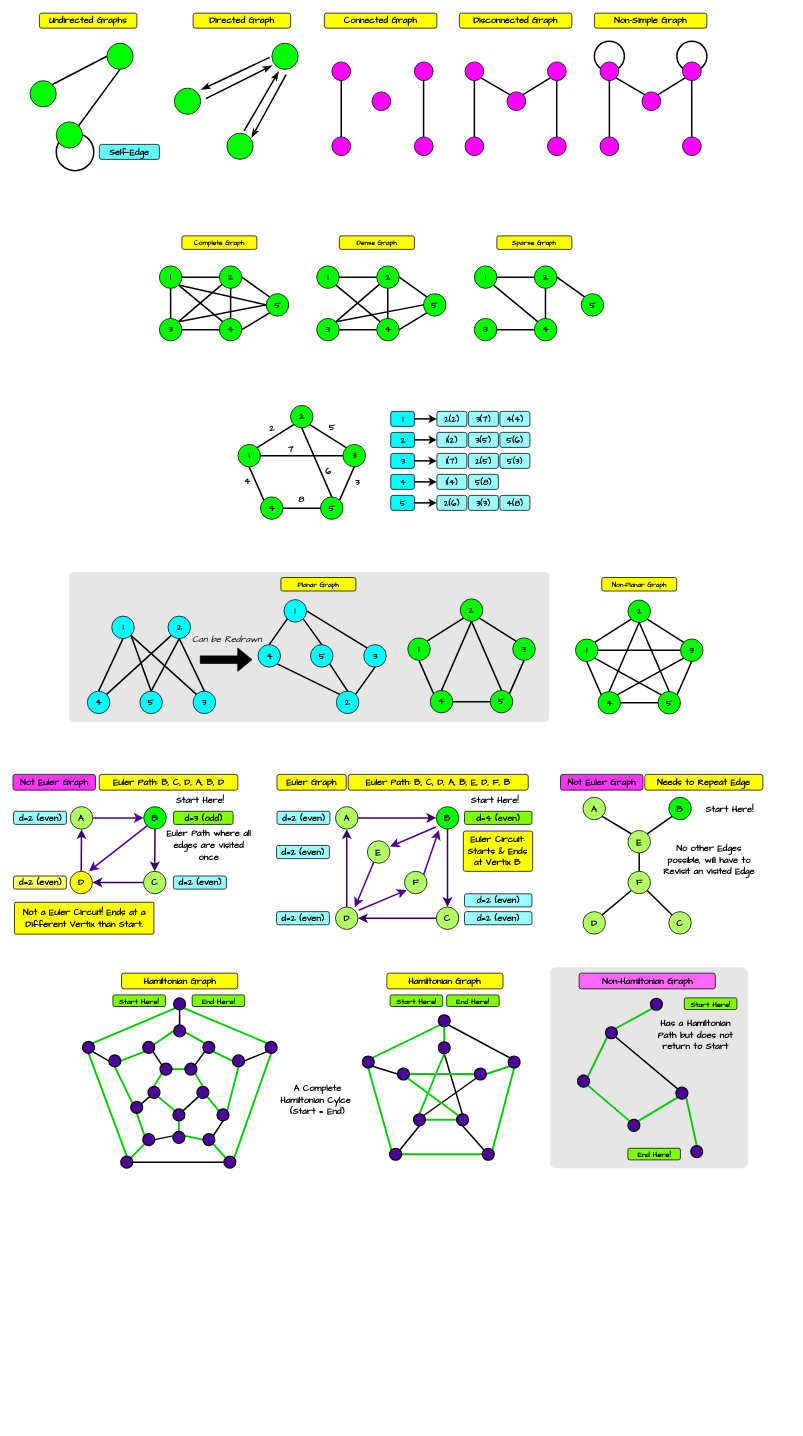
ByteToBits/CompScience keeps this draw.io diagram as Computer Science/Foundations of Computing/Module 01 Graphs and Trees/resources/Drawings.drawio. Above is the earlier version. Source tidied: cells renumbered, new cells numbered last; positions are measured from the earlier drawing's top-left corner, leaving out a move shared by most shapes. Both pictures are drawn from the tidied source at 75%, with x=0, y=0 at pixel (13, 13).
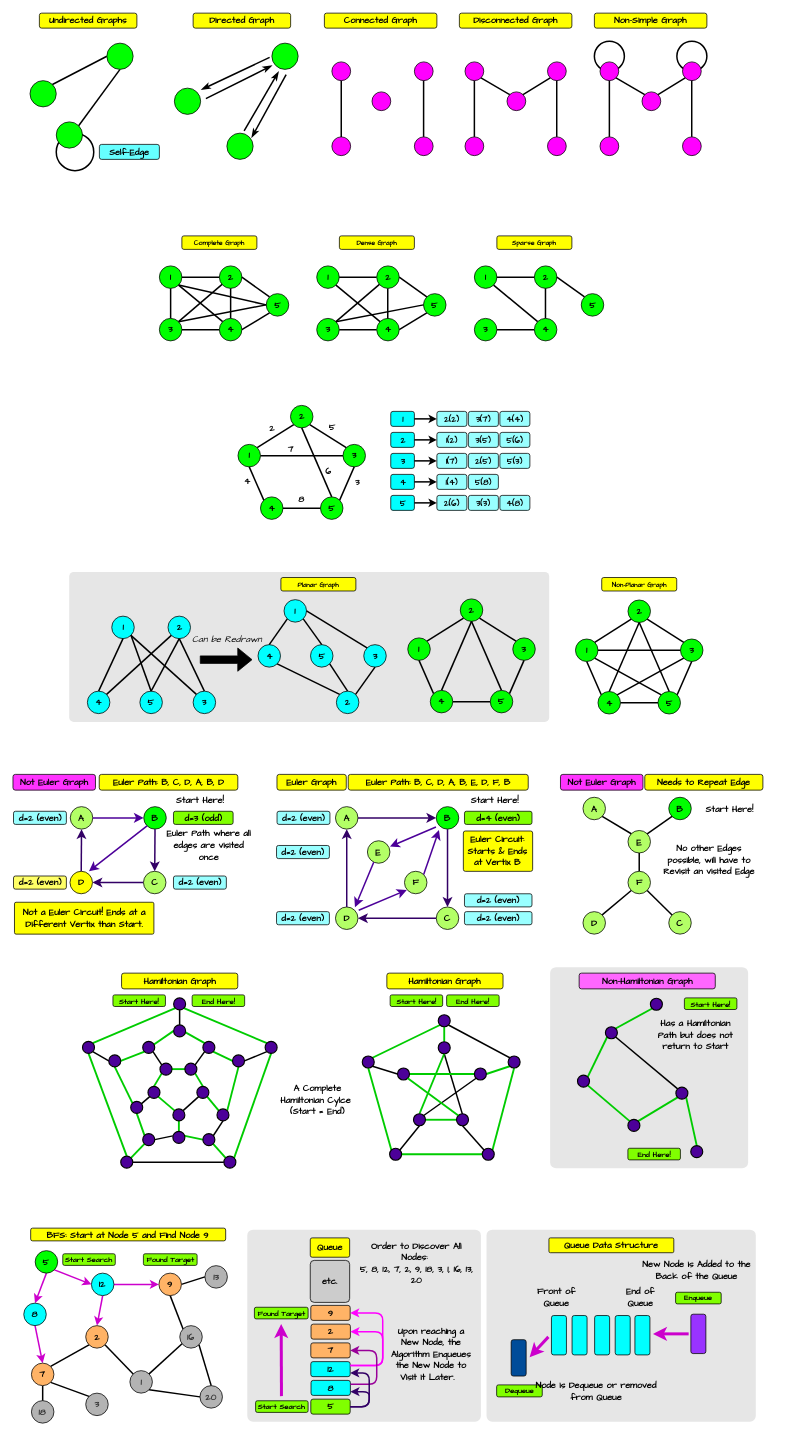
The same page after the edit.

Diff of the diagram source:
```diff
@@
+    <mxCell id="349" style="rounded=1;whiteSpace=wrap;html=1;fillColor=#E6E6E6;strokeColor=none;fontColor=#000000;arcSize=3;" parent="1" vertex="1">
+      <mxGeometry x="631.2" y="1622" width="359" height="256" as="geometry" />
+    </mxCell>
+    <mxCell id="350" style="rounded=1;whiteSpace=wrap;html=1;fillColor=#E6E6E6;strokeColor=none;fontColor=#000000;arcSize=3;" parent="1" vertex="1">
+      <mxGeometry x="312.2" y="1622" width="311.5" height="256" as="geometry" />
+    </mxCell>
@@
+    <mxCell id="351" value="&lt;font face=&quot;Comic Sans MS&quot;&gt;&lt;b&gt;13&lt;/b&gt;&lt;/font&gt;" style="ellipse;whiteSpace=wrap;html=1;fillColor=#B3B3B3;strokeColor=#000000;fontColor=#333333;" parent="1" vertex="1">
+      <mxGeometry x="255.7" y="1670" width="30" height="30" as="geometry" />
+    </mxCell>
+    <mxCell id="352" value="&lt;font face=&quot;Comic Sans MS&quot;&gt;&lt;b&gt;1&lt;/b&gt;&lt;/font&gt;" style="ellipse;whiteSpace=wrap;html=1;fillColor=#B3B3B3;strokeColor=#000000;fontColor=#333333;" parent="1" vertex="1">
+      <mxGeometry x="155.7" y="1810" width="30" height="30" as="geometry" />
+    </mxCell>
+    <mxCell id="353" value="&lt;font face=&quot;Comic Sans MS&quot;&gt;&lt;b&gt;18&lt;/b&gt;&lt;/font&gt;" style="ellipse;whiteSpace=wrap;html=1;fillColor=#B3B3B3;strokeColor=#000000;fontColor=#333333;" parent="1" vertex="1">
+      <mxGeometry x="24.4" y="1850" width="30" height="30" as="geometry" />
+    </mxCell>
+    <mxCell id="354" style="endArrow=none;html=1;rounded=0;entryX=0;entryY=0.5;entryDx=0;entryDy=0;strokeColor=#000000;strokeWidth=2;exitX=1;exitY=0.5;exitDx=0;exitDy=0;" parent="1" edge="1" source="372" target="351">
+      <mxGeometry relative="1" as="geometry" />
+    </mxCell>
+    <mxCell id="355" style="endArrow=none;html=1;rounded=0;entryX=0;entryY=0;entryDx=0;entryDy=0;strokeColor=#000000;strokeWidth=2;exitX=0.5;exitY=1;exitDx=0;exitDy=0;" parent="1" edge="1" source="372" target="358">
+      <mxGeometry relative="1" as="geometry" />
+    </mxCell>
+    <mxCell id="356" style="endArrow=none;html=1;rounded=0;strokeColor=#000000;strokeWidth=2;exitX=0.15;exitY=0.762;exitDx=0;exitDy=0;exitPerimeter=0;entryX=1;entryY=0;entryDx=0;entryDy=0;" parent="1" edge="1" source="358" target="352">
+      <mxGeometry relative="1" as="geometry" />
+    </mxCell>
+    <mxCell id="357" style="endArrow=none;html=1;rounded=0;strokeColor=#000000;strokeWidth=2;exitX=0;exitY=0;exitDx=0;exitDy=0;entryX=1;entryY=1;entryDx=0;entryDy=0;" parent="1" edge="1" source="352" target="371">
+      <mxGeometry relative="1" as="geometry" />
+    </mxCell>
+    <mxCell id="358" value="&lt;font face=&quot;Comic Sans MS&quot;&gt;&lt;b&gt;16&lt;/b&gt;&lt;/font&gt;" style="ellipse;whiteSpace=wrap;html=1;fillColor=#B3B3B3;strokeColor=#000000;fontColor=#333333;" parent="1" vertex="1">
+      <mxGeometry x="222.2" y="1750" width="30" height="30" as="geometry" />
+    </mxCell>
+    <mxCell id="359" style="endArrow=none;html=1;rounded=0;strokeColor=#CC00CC;strokeWidth=2;exitX=0.5;exitY=0;exitDx=0;exitDy=0;entryX=0.5;entryY=1;entryDx=0;entryDy=0;startArrow=classic;startFill=1;" parent="1" edge="1" source="371" target="369">
+      <mxGeometry relative="1" as="geometry" />
+    </mxCell>
+    <mxCell id="360" style="endArrow=none;html=1;rounded=0;strokeColor=#CC00CC;strokeWidth=2;exitX=0;exitY=0.5;exitDx=0;exitDy=0;entryX=1;entryY=0.5;entryDx=0;entryDy=0;startArrow=classic;startFill=1;" parent="1" edge="1" source="372" target="369">
+      <mxGeometry relative="1" as="geometry" />
+    </mxCell>
+    <mxCell id="361" style="endArrow=none;html=1;rounded=0;strokeColor=#CC00CC;strokeWidth=2;exitX=0;exitY=0.5;exitDx=0;exitDy=0;entryX=1;entryY=1;entryDx=0;entryDy=0;startArrow=classic;startFill=1;" parent="1" edge="1" source="369" target="363">
+      <mxGeometry relative="1" as="geometry" />
+    </mxCell>
+    <mxCell id="362" style="endArrow=none;html=1;rounded=0;strokeColor=#CC00CC;strokeWidth=2;exitX=0.5;exitY=0;exitDx=0;exitDy=0;entryX=0.5;entryY=1;entryDx=0;entryDy=0;startArrow=classic;startFill=1;" parent="1" edge="1" source="370" target="363">
+      <mxGeometry relative="1" as="geometry" />
+    </mxCell>
+    <mxCell id="363" value="&lt;b style=&quot;color: rgb(0, 0, 0); font-family: &amp;quot;Comic Sans MS&amp;quot;;&quot;&gt;5&lt;/b&gt;" style="ellipse;whiteSpace=wrap;html=1;fillColor=#00FF00;strokeColor=#000000;" parent="1" vertex="1">
+      <mxGeometry x="29.4" y="1650" width="30" height="30" as="geometry" />
+    </mxCell>
+    <mxCell id="364" style="endArrow=none;html=1;rounded=0;strokeColor=#CC00CC;strokeWidth=2;entryX=0.5;entryY=1;entryDx=0;entryDy=0;exitX=0.5;exitY=0;exitDx=0;exitDy=0;startArrow=classic;startFill=1;" parent="1" edge="1" source="373" target="370">
+      <mxGeometry relative="1" as="geometry" />
+    </mxCell>
+    <mxCell id="365" style="endArrow=none;html=1;rounded=0;strokeColor=#000000;strokeWidth=2;entryX=0.5;entryY=1;entryDx=0;entryDy=0;exitX=0.5;exitY=0;exitDx=0;exitDy=0;" parent="1" edge="1" source="353" target="373">
+      <mxGeometry relative="1" as="geometry" />
+    </mxCell>
+    <mxCell id="366" style="endArrow=none;html=1;rounded=0;strokeColor=#000000;strokeWidth=2;entryX=0;entryY=1;entryDx=0;entryDy=0;exitX=1;exitY=0;exitDx=0;exitDy=0;" parent="1" edge="1" source="373" target="371">
+      <mxGeometry relative="1" as="geometry" />
+    </mxCell>
+    <mxCell id="367" value="&lt;font face=&quot;Comic Sans MS&quot;&gt;&lt;b&gt;3&lt;/b&gt;&lt;/font&gt;" style="ellipse;whiteSpace=wrap;html=1;fillColor=#B3B3B3;strokeColor=#000000;fontColor=#333333;" parent="1" vertex="1">
+      <mxGeometry x="96.8" y="1840" width="30" height="30" as="geometry" />
+    </mxCell>
+    <mxCell id="368" style="endArrow=none;html=1;rounded=0;strokeColor=#000000;strokeWidth=2;entryX=1;entryY=1;entryDx=0;entryDy=0;exitX=0;exitY=0;exitDx=0;exitDy=0;" parent="1" edge="1" source="367" target="373">
+      <mxGeometry relative="1" as="geometry" />
+    </mxCell>
+    <mxCell id="369" value="&lt;b style=&quot;color: rgb(0, 0, 0); font-family: &amp;quot;Comic Sans MS&amp;quot;;&quot;&gt;12&lt;/b&gt;" style="ellipse;whiteSpace=wrap;html=1;fillColor=#00FFFF;strokeColor=#000000;" parent="1" vertex="1">
+      <mxGeometry x="104.4" y="1680" width="30" height="30" as="geometry" />
+    </mxCell>
+    <mxCell id="370" value="&lt;b style=&quot;color: rgb(0, 0, 0); font-family: &amp;quot;Comic Sans MS&amp;quot;;&quot;&gt;8&lt;/b&gt;" style="ellipse;whiteSpace=wrap;html=1;fillColor=#00FFFF;strokeColor=#000000;" parent="1" vertex="1">
+      <mxGeometry x="14.2" y="1720" width="30" height="30" as="geometry" />
+    </mxCell>
+    <mxCell id="371" value="&lt;b style=&quot;color: rgb(0, 0, 0); font-family: &amp;quot;Comic Sans MS&amp;quot;;&quot;&gt;2&lt;/b&gt;" style="ellipse;whiteSpace=wrap;html=1;fillColor=#FFB366;strokeColor=#000000;" parent="1" vertex="1">
+      <mxGeometry x="96.8" y="1750" width="30" height="30" as="geometry" />
+    </mxCell>
+    <mxCell id="372" value="&lt;font face=&quot;Comic Sans MS&quot;&gt;&lt;b&gt;9&lt;/b&gt;&lt;/font&gt;" style="ellipse;whiteSpace=wrap;html=1;fillColor=#FFB366;strokeColor=#000000;" parent="1" vertex="1">
+      <mxGeometry x="194.4" y="1680" width="30" height="30" as="geometry" />
+    </mxCell>
+    <mxCell id="373" value="&lt;font face=&quot;Comic Sans MS&quot;&gt;&lt;b&gt;7&lt;/b&gt;&lt;/font&gt;" style="ellipse;whiteSpace=wrap;html=1;fillColor=#FFB366;strokeColor=#000000;" parent="1" vertex="1">
+      <mxGeometry x="24.4" y="1800" width="30" height="30" as="geometry" />
+    </mxCell>
+    <mxCell id="374" value="&lt;font style=&quot;font-size: 10px;&quot; face=&quot;Comic Sans MS&quot;&gt;&lt;b style=&quot;&quot;&gt;Start Search&lt;/b&gt;&lt;/font&gt;" style="rounded=1;whiteSpace=wrap;html=1;fillColor=#80FF00;strokeColor=#000000;fontColor=#000000;" parent="1" vertex="1">
+      <mxGeometry x="66.2" y="1654.2" width="70" height="15.5" as="geometry" />
+    </mxCell>
+    <mxCell id="375" value="&lt;font style=&quot;font-size: 10px;&quot; face=&quot;Comic Sans MS&quot;&gt;&lt;b style=&quot;&quot;&gt;Found Target&lt;/b&gt;&lt;/font&gt;" style="rounded=1;whiteSpace=wrap;html=1;fillColor=#80FF00;strokeColor=#000000;fontColor=#000000;" parent="1" vertex="1">
+      <mxGeometry x="173.7" y="1654.2" width="71.6" height="15.5" as="geometry" />
+    </mxCell>
+    <mxCell id="376" value="&lt;font face=&quot;Comic Sans MS&quot;&gt;&lt;b style=&quot;&quot;&gt;BFS: Start at Node 5 and Find Node 9&lt;/b&gt;&lt;/font&gt;" style="rounded=1;whiteSpace=wrap;html=1;fillColor=#FFFF00;strokeColor=#000000;fontColor=#000000;" parent="1" vertex="1">
+      <mxGeometry x="23.4" y="1620" width="260" height="17" as="geometry" />
+    </mxCell>
+    <mxCell id="377" value="&lt;font face=&quot;Comic Sans MS&quot;&gt;&lt;b&gt;20&lt;/b&gt;&lt;/font&gt;" style="ellipse;whiteSpace=wrap;html=1;fillColor=#B3B3B3;strokeColor=#000000;fontColor=#333333;" parent="1" vertex="1">
+      <mxGeometry x="249.1" y="1830" width="30" height="30" as="geometry" />
+    </mxCell>
+    <mxCell id="378" style="endArrow=none;html=1;rounded=0;strokeColor=#000000;strokeWidth=2;exitX=1;exitY=1;exitDx=0;exitDy=0;entryX=0.5;entryY=0;entryDx=0;entryDy=0;" parent="1" edge="1" source="358" target="377">
+      <mxGeometry relative="1" as="geometry" />
+    </mxCell>
+    <mxCell id="379" style="endArrow=none;html=1;rounded=0;strokeColor=#000000;strokeWidth=2;exitX=1;exitY=1;exitDx=0;exitDy=0;entryX=0;entryY=0.5;entryDx=0;entryDy=0;" parent="1" edge="1" source="352" target="377">
+      <mxGeometry relative="1" as="geometry" />
+    </mxCell>
+    <mxCell id="380" value="&lt;font face=&quot;Comic Sans MS&quot;&gt;&lt;b&gt;5&lt;/b&gt;&lt;/font&gt;" style="rounded=1;whiteSpace=wrap;html=1;fillColor=#80FF00;strokeColor=#000000;fontColor=#000000;" parent="1" vertex="1">
+      <mxGeometry x="396.9" y="1848" width="52.5" height="20" as="geometry" />
+    </mxCell>
+    <mxCell id="381" value="&lt;font face=&quot;Comic Sans MS&quot;&gt;&lt;b&gt;8&lt;/b&gt;&lt;/font&gt;" style="rounded=1;whiteSpace=wrap;html=1;fillColor=#00FFFF;strokeColor=#000000;fontColor=#000000;" parent="1" vertex="1">
+      <mxGeometry x="397.2" y="1823" width="52.5" height="20" as="geometry" />
+    </mxCell>
+    <mxCell id="382" value="&lt;font face=&quot;Comic Sans MS&quot;&gt;&lt;b&gt;12&lt;/b&gt;&lt;/font&gt;" style="rounded=1;whiteSpace=wrap;html=1;fillColor=#00FFFF;strokeColor=#000000;fontColor=#000000;" parent="1" vertex="1">
+      <mxGeometry x="396.9" y="1798" width="52.5" height="20" as="geometry" />
+    </mxCell>
+    <mxCell id="383" value="&lt;font face=&quot;Comic Sans MS&quot;&gt;&lt;b&gt;7&lt;/b&gt;&lt;/font&gt;" style="rounded=1;whiteSpace=wrap;html=1;fillColor=#FFB366;strokeColor=#000000;fontColor=#000000;" parent="1" vertex="1">
+      <mxGeometry x="396.9" y="1773" width="52.5" height="20" as="geometry" />
+    </mxCell>
+    <mxCell id="384" value="&lt;font face=&quot;Comic Sans MS&quot;&gt;&lt;b&gt;2&lt;/b&gt;&lt;/font&gt;" style="rounded=1;whiteSpace=wrap;html=1;fillColor=#FFB366;strokeColor=#000000;fontColor=#000000;" parent="1" vertex="1">
+      <mxGeometry x="397.2" y="1748" width="52.5" height="20" as="geometry" />
+    </mxCell>
+    <mxCell id="385" value="&lt;font face=&quot;Comic Sans MS&quot;&gt;&lt;b&gt;9&lt;/b&gt;&lt;/font&gt;" style="rounded=1;whiteSpace=wrap;html=1;fillColor=#FFB366;strokeColor=#000000;fontColor=#000000;" parent="1" vertex="1">
+      <mxGeometry x="396.9" y="1723" width="52.5" height="20" as="geometry" />
+    </mxCell>
+    <mxCell id="386" value="&lt;font face=&quot;Comic Sans MS&quot;&gt;&lt;b&gt;etc.&lt;/b&gt;&lt;/font&gt;" style="rounded=1;whiteSpace=wrap;html=1;fillColor=#CCCCCC;strokeColor=#000000;fontColor=#000000;arcSize=10;" parent="1" vertex="1">
+      <mxGeometry x="396.2" y="1663" width="52.5" height="56" as="geometry" />
+    </mxCell>
+    <mxCell id="387" value="&lt;font face=&quot;Comic Sans MS&quot;&gt;&lt;b&gt;Queue&lt;/b&gt;&lt;/font&gt;" style="rounded=1;whiteSpace=wrap;html=1;fillColor=#FFFF00;strokeColor=#000000;fontColor=#000000;arcSize=10;" parent="1" vertex="1">
+      <mxGeometry x="396.2" y="1633" width="52.5" height="25.8" as="geometry" />
+    </mxCell>
+    <mxCell id="388" style="endArrow=none;html=1;rounded=0;strokeColor=#CC00CC;strokeWidth=4;startArrow=classic;startFill=1;" parent="1" edge="1">
+      <mxGeometry relative="1" as="geometry">
+        <mxPoint x="357.4" y="1748" as="sourcePoint" />
+        <mxPoint x="357.8" y="1844" as="targetPoint" />
+      </mxGeometry>
+    </mxCell>
+    <mxCell id="389" value="&lt;font style=&quot;font-size: 10px;&quot; face=&quot;Comic Sans MS&quot;&gt;&lt;b style=&quot;&quot;&gt;Start Search&lt;/b&gt;&lt;/font&gt;" style="rounded=1;whiteSpace=wrap;html=1;fillColor=#80FF00;strokeColor=#000000;fontColor=#000000;" parent="1" vertex="1">
+      <mxGeometry x="323.3" y="1850.2" width="70" height="15.5" as="geometry" />
+    </mxCell>
+    <mxCell id="390" value="&lt;font style=&quot;font-size: 10px;&quot; face=&quot;Comic Sans MS&quot;&gt;&lt;b style=&quot;&quot;&gt;Found Target&lt;/b&gt;&lt;/font&gt;" style="rounded=1;whiteSpace=wrap;html=1;fillColor=#80FF00;strokeColor=#000000;fontColor=#000000;" parent="1" vertex="1">
+      <mxGeometry x="321.7" y="1725.5" width="71.6" height="15.5" as="geometry" />
+    </mxCell>
+    <mxCell id="391" style="edgeStyle=orthogonalEdgeStyle;rounded=1;jettySize=auto;html=1;exitX=1;exitY=0.25;exitDx=0;exitDy=0;entryX=1;entryY=0.5;entryDx=0;entryDy=0;curved=0;strokeWidth=2;strokeColor=#FF00FF;" parent="1" edge="1" source="382" target="384">
+      <mxGeometry relative="1" as="geometry">
+        <Array as="points">
+          <mxPoint x="492.8" y="1803" />
+          <mxPoint x="492.8" y="1758" />
+        </Array>
+      </mxGeometry>
+    </mxCell>
+    <mxCell id="392" style="edgeStyle=orthogonalEdgeStyle;rounded=1;jettySize=auto;html=1;exitX=1;exitY=0.25;exitDx=0;exitDy=0;entryX=1;entryY=0.5;entryDx=0;entryDy=0;curved=0;strokeWidth=2;strokeColor=#FF00FF;" parent="1" edge="1" source="382" target="385">
+      <mxGeometry relative="1" as="geometry">
+        <Array as="points">
+          <mxPoint x="492.8" y="1803" />
+          <mxPoint x="492.8" y="1733" />
+        </Array>
+      </mxGeometry>
+    </mxCell>
+    <mxCell id="393" style="edgeStyle=orthogonalEdgeStyle;rounded=1;jettySize=auto;html=1;exitX=1;exitY=0.25;exitDx=0;exitDy=0;entryX=1;entryY=0.5;entryDx=0;entryDy=0;curved=0;strokeWidth=2;strokeColor=#990099;" parent="1" edge="1" source="381" target="383">
+      <mxGeometry relative="1" as="geometry">
+        <Array as="points">
+          <mxPoint x="484.8" y="1828" />
+          <mxPoint x="484.8" y="1783" />
+        </Array>
+      </mxGeometry>
+    </mxCell>
+    <mxCell id="394" style="edgeStyle=orthogonalEdgeStyle;rounded=1;jettySize=auto;html=1;exitX=1;exitY=0.5;exitDx=0;exitDy=0;entryX=1;entryY=0.75;entryDx=0;entryDy=0;curved=0;strokeWidth=2;strokeColor=#330066;" parent="1" edge="1" source="380" target="382">
+      <mxGeometry relative="1" as="geometry">
+        <Array as="points">
+          <mxPoint x="474.8" y="1858" />
+          <mxPoint x="474.8" y="1813" />
+        </Array>
+      </mxGeometry>
+    </mxCell>
+    <mxCell id="395" style="edgeStyle=orthogonalEdgeStyle;rounded=1;jettySize=auto;html=1;exitX=1;exitY=0.5;exitDx=0;exitDy=0;entryX=1;entryY=0.75;entryDx=0;entryDy=0;curved=0;strokeWidth=2;strokeColor=#330066;" parent="1" edge="1" source="380" target="381">
+      <mxGeometry relative="1" as="geometry">
+        <Array as="points">
+          <mxPoint x="474.8" y="1858" />
+          <mxPoint x="474.8" y="1838" />
+        </Array>
+      </mxGeometry>
+    </mxCell>
+    <mxCell id="396" value="&lt;font face=&quot;Comic Sans MS&quot;&gt;&lt;b&gt;Upon reaching a New Node, the Algorithm Enqueues the New Node to Visit it Later.&amp;nbsp;&amp;nbsp;&lt;/b&gt;&lt;/font&gt;" style="rounded=1;whiteSpace=wrap;html=1;fillColor=none;strokeColor=none;fontColor=#000000;" parent="1" vertex="1">
+      <mxGeometry x="498" y="1719.5" width="118.8" height="136.5" as="geometry" />
+    </mxCell>
+    <mxCell id="397" style="rounded=1;whiteSpace=wrap;html=1;fillColor=#00FFFF;strokeColor=#000000;fontColor=#000000;rotation=90;" parent="1" vertex="1">
+      <mxGeometry x="701.5" y="1752.8" width="52.5" height="20" as="geometry" />
+    </mxCell>
+    <mxCell id="398" style="rounded=1;whiteSpace=wrap;html=1;fillColor=#00FFFF;strokeColor=#000000;fontColor=#000000;rotation=90;" parent="1" vertex="1">
+      <mxGeometry x="729" y="1752.8" width="52.5" height="20" as="geometry" />
+    </mxCell>
+    <mxCell id="399" style="rounded=1;whiteSpace=wrap;html=1;fillColor=#00FFFF;strokeColor=#000000;fontColor=#000000;rotation=90;" parent="1" vertex="1">
+      <mxGeometry x="759.1" y="1752.8" width="52.5" height="20" as="geometry" />
+    </mxCell>
+    <mxCell id="400" style="rounded=1;whiteSpace=wrap;html=1;fillColor=#00FFFF;strokeColor=#000000;fontColor=#000000;rotation=90;" parent="1" vertex="1">
+      <mxGeometry x="786.5" y="1752.8" width="52.5" height="20" as="geometry" />
+    </mxCell>
+    <mxCell id="401" style="rounded=1;whiteSpace=wrap;html=1;fillColor=#00FFFF;strokeColor=#000000;fontColor=#000000;rotation=90;" parent="1" vertex="1">
+      <mxGeometry x="812.8" y="1752.8" width="52.5" height="20" as="geometry" />
+    </mxCell>
+    <mxCell id="402" style="rounded=1;whiteSpace=wrap;html=1;fillColor=#004C99;strokeColor=#000000;fontColor=#000000;rotation=90;" parent="1" vertex="1">
+      <mxGeometry x="649.8" y="1783" width="48.5" height="20" as="geometry" />
+    </mxCell>
+    <mxCell id="403" style="rounded=1;whiteSpace=wrap;html=1;fillColor=#9933FF;strokeColor=#000000;fontColor=#000000;rotation=90;" parent="1" vertex="1">
+      <mxGeometry x="887.4" y="1751" width="52.5" height="20" as="geometry" />
+    </mxCell>
+    <mxCell id="404" value="&lt;font face=&quot;Comic Sans MS&quot;&gt;&lt;b&gt;Queue Data Structure&lt;/b&gt;&lt;/font&gt;" style="rounded=1;whiteSpace=wrap;html=1;fillColor=#FFFF00;strokeColor=#000000;fontColor=#000000;arcSize=10;" parent="1" vertex="1">
+      <mxGeometry x="714.4" y="1633" width="166.5" height="19.8" as="geometry" />
+    </mxCell>
+    <mxCell id="405" value="&lt;font face=&quot;Comic Sans MS&quot;&gt;&lt;span style=&quot;font-size: 10px;&quot;&gt;&lt;b&gt;Enqueue&lt;/b&gt;&lt;/span&gt;&lt;/font&gt;" style="rounded=1;whiteSpace=wrap;html=1;fillColor=#80FF00;strokeColor=#000000;fontColor=#000000;spacingBottom=2;" parent="1" vertex="1">
+      <mxGeometry x="883.3" y="1705.5" width="60.8" height="15.5" as="geometry" />
+    </mxCell>
+    <mxCell id="406" value="&lt;font face=&quot;Comic Sans MS&quot;&gt;&lt;span style=&quot;font-size: 10px;&quot;&gt;&lt;b&gt;Dequeue&lt;/b&gt;&lt;/span&gt;&lt;/font&gt;" style="rounded=1;whiteSpace=wrap;html=1;fillColor=#80FF00;strokeColor=#000000;fontColor=#000000;spacingBottom=2;" parent="1" vertex="1">
+      <mxGeometry x="644.7" y="1829" width="60.8" height="16" as="geometry" />
+    </mxCell>
+    <mxCell id="407" style="endArrow=none;html=1;rounded=0;strokeColor=#CC00CC;strokeWidth=4;startArrow=classic;startFill=1;" parent="1" edge="1">
+      <mxGeometry relative="1" as="geometry">
+        <mxPoint x="688.7" y="1792" as="sourcePoint" />
+        <mxPoint x="713.7" y="1765" as="targetPoint" />
+      </mxGeometry>
+    </mxCell>
+    <mxCell id="408" style="endArrow=none;html=1;rounded=0;strokeColor=#CC00CC;strokeWidth=4;startArrow=classic;startFill=1;" parent="1" edge="1">
+      <mxGeometry relative="1" as="geometry">
+        <mxPoint x="853.2" y="1761" as="sourcePoint" />
+        <mxPoint x="900.7" y="1761" as="targetPoint" />
+      </mxGeometry>
+    </mxCell>
+    <mxCell id="409" value="&lt;font face=&quot;Comic Sans MS&quot;&gt;&lt;b&gt;Node is Dequeue or removed from Queue&lt;/b&gt;&lt;/font&gt;" style="rounded=1;whiteSpace=wrap;html=1;fillColor=none;strokeColor=none;fontColor=#000000;" parent="1" vertex="1">
+      <mxGeometry x="694.8" y="1818" width="165.2" height="38" as="geometry" />
+    </mxCell>
+    <mxCell id="410" value="&lt;font face=&quot;Comic Sans MS&quot;&gt;&lt;b&gt;Front of Queue&lt;/b&gt;&lt;/font&gt;" style="rounded=1;whiteSpace=wrap;html=1;fillColor=none;strokeColor=none;fontColor=#000000;" parent="1" vertex="1">
+      <mxGeometry x="691" y="1693" width="66.8" height="38" as="geometry" />
+    </mxCell>
+    <mxCell id="411" value="&lt;font face=&quot;Comic Sans MS&quot;&gt;&lt;b&gt;End of Queue&lt;/b&gt;&lt;/font&gt;" style="rounded=1;whiteSpace=wrap;html=1;fillColor=none;strokeColor=none;fontColor=#000000;" parent="1" vertex="1">
+      <mxGeometry x="802.6" y="1693" width="66.8" height="38" as="geometry" />
+    </mxCell>
+    <mxCell id="412" value="&lt;font face=&quot;Comic Sans MS&quot;&gt;&lt;b&gt;New Node is Added to the Back of the Queue&lt;/b&gt;&lt;/font&gt;" style="rounded=1;whiteSpace=wrap;html=1;fillColor=none;strokeColor=none;fontColor=#000000;" parent="1" vertex="1">
+      <mxGeometry x="833.4" y="1657" width="156.8" height="38" as="geometry" />
+    </mxCell>
+    <mxCell id="413" value="&lt;font face=&quot;Comic Sans MS&quot;&gt;&lt;b&gt;Order to Discover All Nodes:&amp;nbsp;&lt;/b&gt;&lt;/font&gt;&lt;div&gt;&lt;font face=&quot;Comic Sans MS&quot;&gt;&lt;b&gt;5, 8, 12, 7, 2, 9, 18, 3, 1, 16, 13, 20&lt;/b&gt;&lt;/font&gt;&lt;/div&gt;" style="rounded=1;whiteSpace=wrap;html=1;fillColor=none;strokeColor=none;fontColor=#000000;" parent="1" vertex="1">
+      <mxGeometry x="461" y="1633" width="154" height="67" as="geometry" />
+    </mxCell>
```
